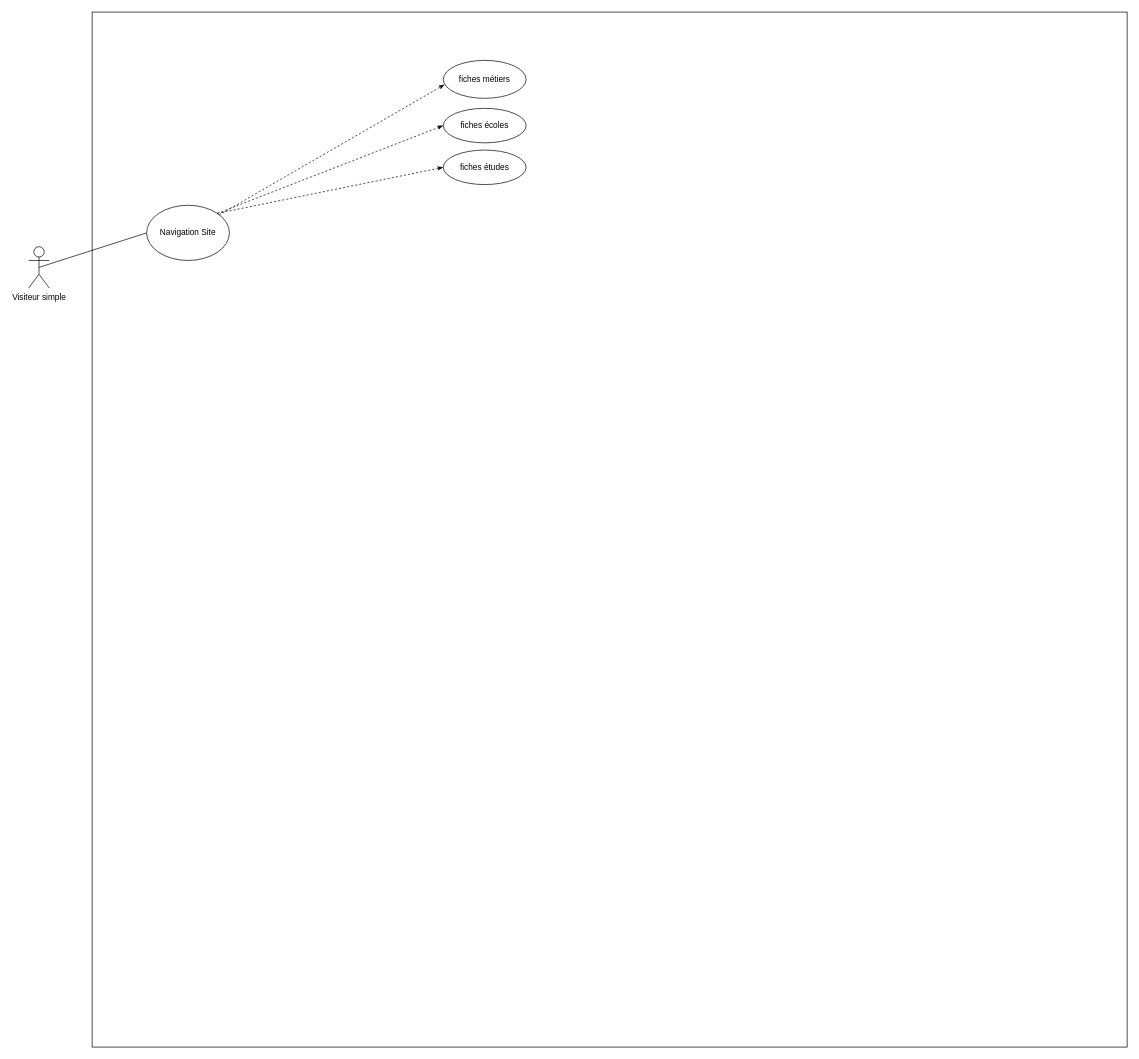
claire542/leadself keeps this draw.io diagram as UML UseCase leadself.drawio. Above is the earlier version. Source tidied: cells renumbered, new cells numbered last; positions are measured from the earlier drawing's top-left corner, leaving out a move shared by most shapes. Both pictures are drawn from the tidied source at 69%, with x=0, y=0 at pixel (28, 12).
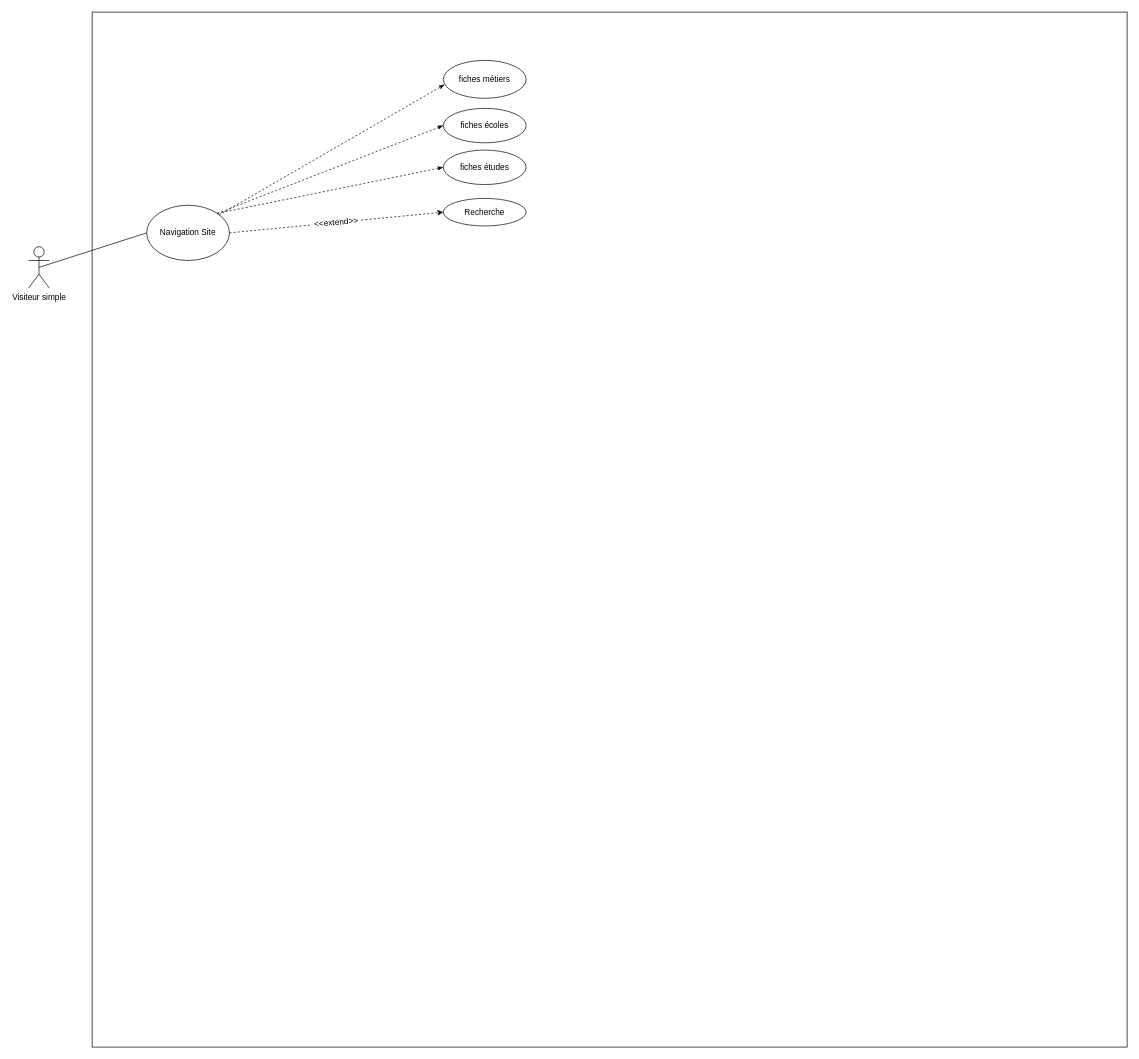
Above is the later version.

Change to the diagram source:
```diff
@@
 <mxGraphModel>
   <root>
     <mxCell id="0" />
     <mxCell id="1" parent="0" />
     <mxCell id="2" style="whiteSpace=wrap;html=1;" parent="1" vertex="1">
       <mxGeometry x="92" width="1500" height="1500" as="geometry" />
     </mxCell>
     <mxCell id="3" value="Visiteur simple" style="shape=umlActor;verticalLabelPosition=bottom;verticalAlign=top;html=1;" parent="1" vertex="1">
       <mxGeometry y="340" width="30" height="60" as="geometry" />
     </mxCell>
     <mxCell id="4" value="fiches métiers" style="ellipse;whiteSpace=wrap;html=1;" parent="1" vertex="1">
       <mxGeometry x="601" y="70" width="120" height="55" as="geometry" />
     </mxCell>
     <mxCell id="5" style="endArrow=none;html=1;exitX=0.5;exitY=0.5;exitDx=0;exitDy=0;exitPerimeter=0;entryX=0;entryY=0.5;entryDx=0;entryDy=0;" parent="1" edge="1" source="3" target="8">
       <mxGeometry relative="1" as="geometry" />
     </mxCell>
     <mxCell id="6" value="fiches écoles" style="ellipse;whiteSpace=wrap;html=1;" parent="1" vertex="1">
       <mxGeometry x="601" y="139.5" width="120" height="50" as="geometry" />
     </mxCell>
     <mxCell id="7" value="fiches études" style="ellipse;whiteSpace=wrap;html=1;" parent="1" vertex="1">
       <mxGeometry x="601" y="200" width="120" height="50" as="geometry" />
     </mxCell>
     <mxCell id="8" value="Navigation Site" style="ellipse;whiteSpace=wrap;html=1;" parent="1" vertex="1">
       <mxGeometry x="171" y="280" width="120" height="80" as="geometry" />
     </mxCell>
     <mxCell id="9" style="endArrow=classicThin;dashed=1;endFill=1;html=1;entryX=0.017;entryY=0.636;entryDx=0;entryDy=0;entryPerimeter=0;" parent="1" edge="1" source="8" target="4">
       <mxGeometry relative="1" as="geometry" />
     </mxCell>
     <mxCell id="10" style="endArrow=classicThin;dashed=1;endFill=1;html=1;exitX=1;exitY=0;exitDx=0;exitDy=0;entryX=0;entryY=0.5;entryDx=0;entryDy=0;" parent="1" edge="1" source="8" target="6">
       <mxGeometry relative="1" as="geometry" />
     </mxCell>
     <mxCell id="11" style="endArrow=classicThin;dashed=1;endFill=1;html=1;exitX=1;exitY=0;exitDx=0;exitDy=0;entryX=0;entryY=0.5;entryDx=0;entryDy=0;" parent="1" edge="1" source="8" target="7">
       <mxGeometry relative="1" as="geometry" />
     </mxCell>
+    <mxCell id="12" value="Recherche" style="ellipse;whiteSpace=wrap;html=1;" parent="1" vertex="1">
+      <mxGeometry x="601" y="270" width="120" height="40" as="geometry" />
+    </mxCell>
+    <mxCell id="13" style="endArrow=classic;html=1;exitX=1;exitY=0.5;exitDx=0;exitDy=0;entryX=0;entryY=0.5;entryDx=0;entryDy=0;dashed=1;" parent="1" edge="1" source="8" target="12">
+      <mxGeometry relative="1" as="geometry" />
+    </mxCell>
+    <mxCell id="14" value="&amp;lt;&amp;lt;extend&amp;gt;&amp;gt;" style="rounded=0;whiteSpace=wrap;html=1;strokeColor=#FFFFFF;rotation=-5;" parent="1" vertex="1">
+      <mxGeometry x="411" y="290" width="70" height="30" as="geometry" />
+    </mxCell>
   </root>
 </mxGraphModel>
```
